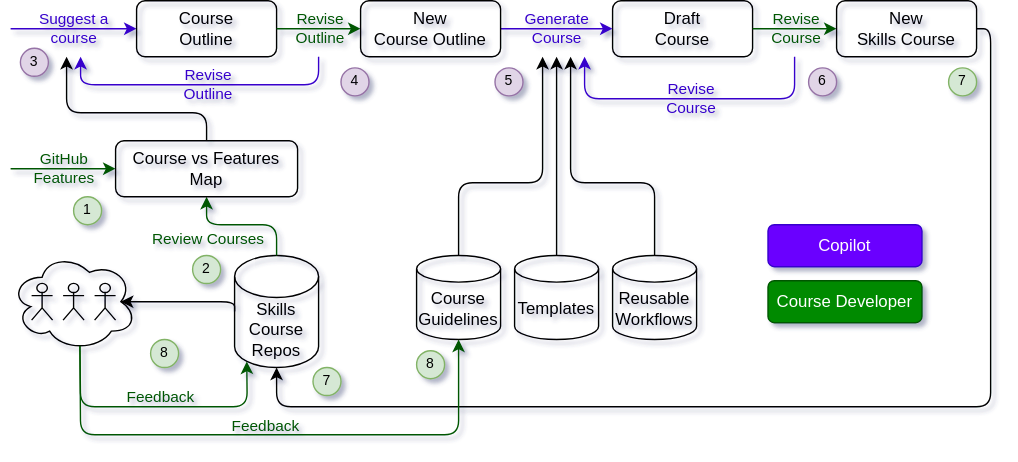
Earlier version of the draw.io export docs/new-course-flowchart.drawio.svg (skills/exercise-creator). Source tidied: cells renumbered, new cells last; positions are measured from the earlier drawing's top-left corner, leaving out a move shared by most shapes.
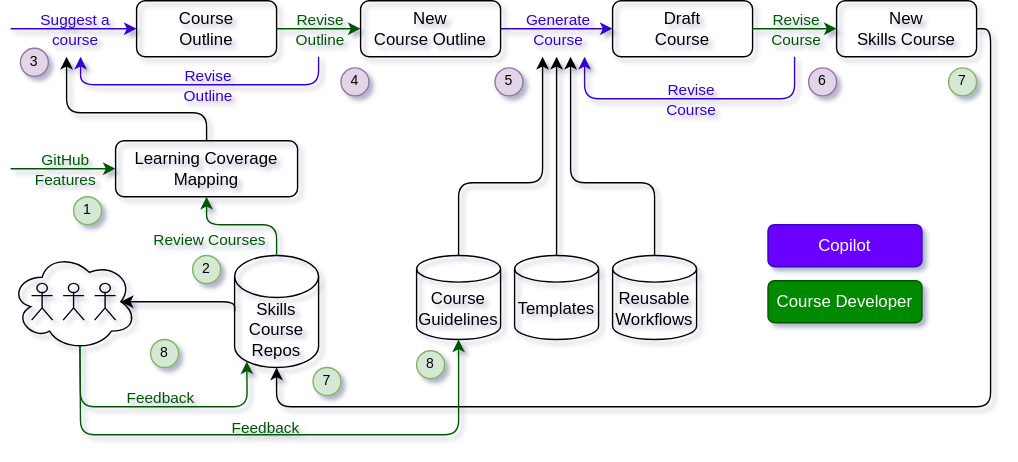
After the change.

Commit message:
refactor: Rename feature mapping to learning coverage.

The edit, as a diff of the source:
```diff
@@ -50,7 +50,7 @@
     <mxCell id="12" value="Reusable&lt;br&gt;Workflows" style="shape=cylinder3;whiteSpace=wrap;html=1;boundedLbl=1;backgroundOutline=1;size=9.5;fillColor=none;rounded=1;labelBackgroundColor=none;" parent="1" vertex="1">
       <mxGeometry x="430" y="182" width="60" height="60" as="geometry" />
     </mxCell>
-    <mxCell id="13" value="Course vs Features&lt;br&gt;Map" style="whiteSpace=wrap;html=1;fillColor=none;rounded=1;labelBackgroundColor=none;" parent="1" vertex="1">
+    <mxCell id="13" value="Learning Coverage&lt;br&gt;Mapping" style="whiteSpace=wrap;html=1;fillColor=none;rounded=1;labelBackgroundColor=none;" parent="1" vertex="1">
       <mxGeometry x="75" y="100" width="130" height="40" as="geometry" />
     </mxCell>
     <mxCell id="14" style="edgeStyle=elbowEdgeStyle;elbow=vertical;endArrow=classic;html=1;curved=0;rounded=1;endSize=6;startSize=6;exitX=0.5;exitY=0;exitDx=0;exitDy=0;labelBackgroundColor=none;" parent="1" edge="1" source="13">
```
